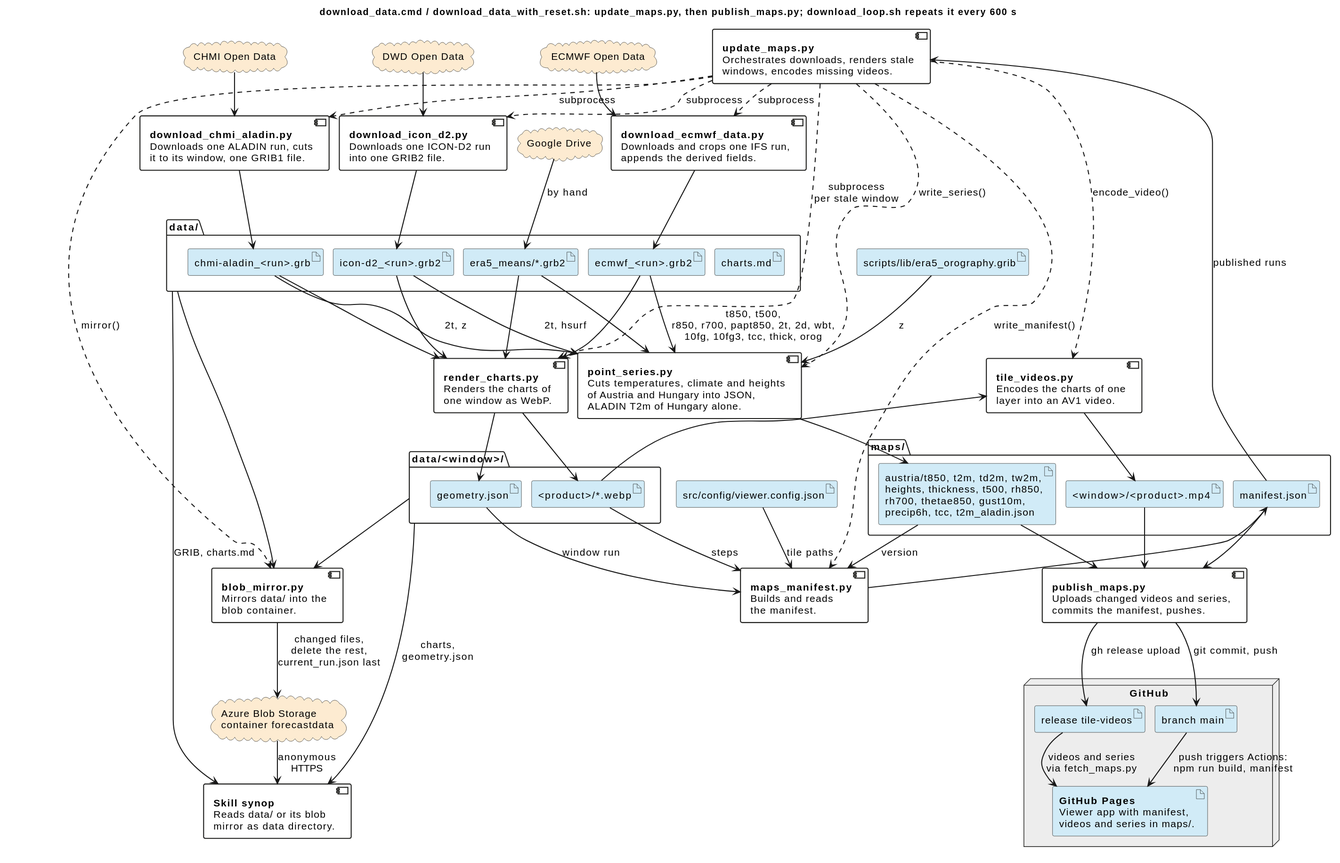
Earlier version of the PlantUML export docs/pipeline.svg (schletz/wetterkartenviewer).
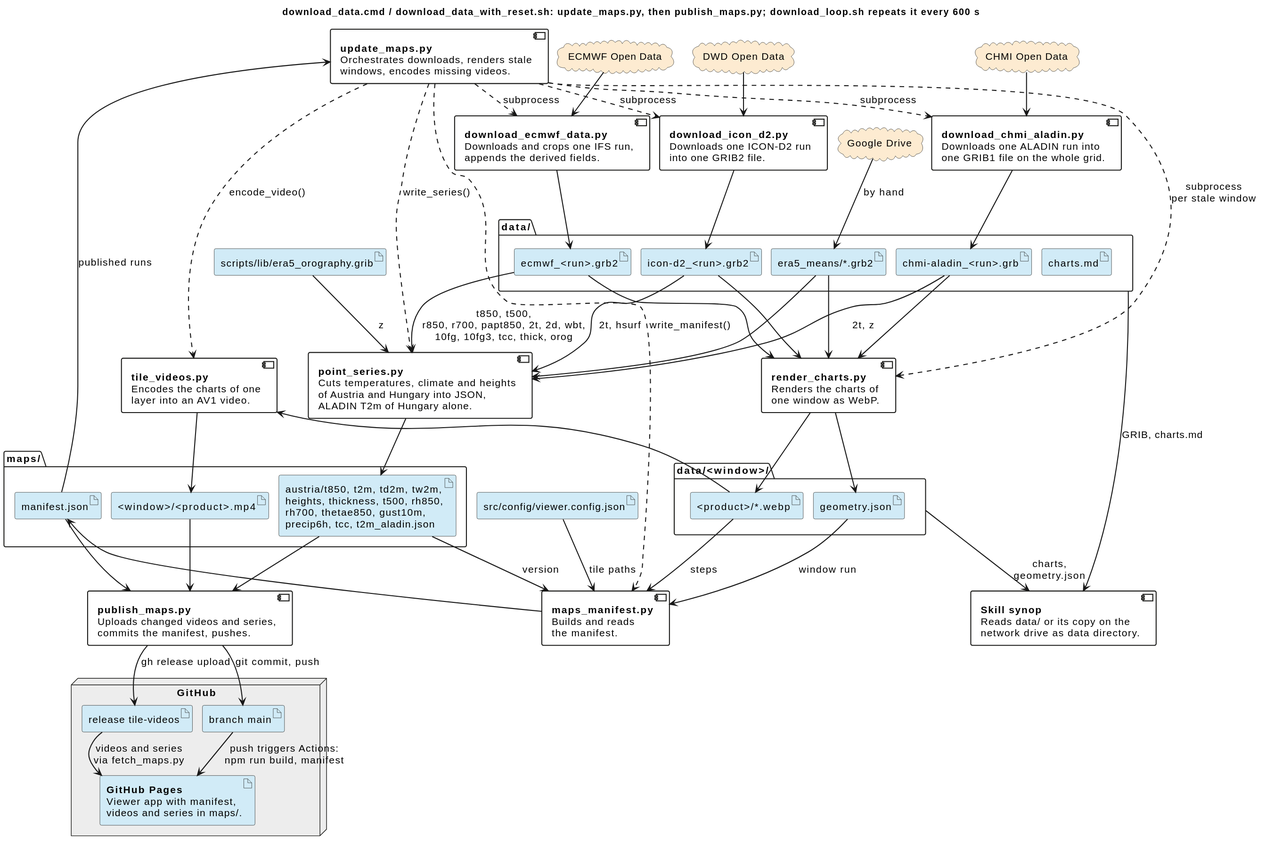
The same file after the commit.

What changed in the source:
```diff
@@ -46,7 +46,6 @@
 cloud "DWD Open Data" as dwd
 cloud "CHMI Open Data" as chmi
 cloud "Google Drive" as gdrive
-cloud "Azure Blob Storage\ncontainer forecastdata" as blob
 component update_maps [
  **update_maps.py**
  Orchestrates downloads, renders stale
@@ -64,8 +63,8 @@
 ]
 component download_aladin [
  **download_chmi_aladin.py**
- Downloads one ALADIN run, cuts
- it to its window, one GRIB1 file.
+ Downloads one ALADIN run into
+ one GRIB1 file on the whole grid.
 ]
 component render_charts [
  **render_charts.py**
@@ -93,15 +92,10 @@
  Uploads changed videos and series,
  commits the manifest, pushes.
 ]
-component blob_mirror [
- **blob_mirror.py**
- Mirrors data/ into the
- blob container.
-]
 component synop [
  **Skill synop**
- Reads data/ or its blob
- mirror as data directory.
+ Reads data/ or its copy on the
+ network drive as data directory.
 ]
 folder "data/" as data_dir {
  artifact "ecmwf_<run>.grb2" as ecmwf_grib
@@ -137,7 +131,6 @@
 update_maps ..> tile_videos : encode_video()
 update_maps ..> point_series : write_series()
 update_maps ..> maps_manifest : write_manifest()
-update_maps ..> blob_mirror : mirror()
 ecmwf --> download_ecmwf
 dwd --> download_icon
 chmi --> download_aladin
@@ -174,8 +167,4 @@
 release --> pages : videos and series\nvia fetch_maps.py
 data_dir --> synop : GRIB, charts.md
 window_dir --> synop : charts,\ngeometry.json
-data_dir --> blob_mirror
-window_dir --> blob_mirror
-blob_mirror --> blob : changed files,\ndelete the rest,\ncurrent_run.json last
-blob --> synop : anonymous\nHTTPS
 @enduml
```
